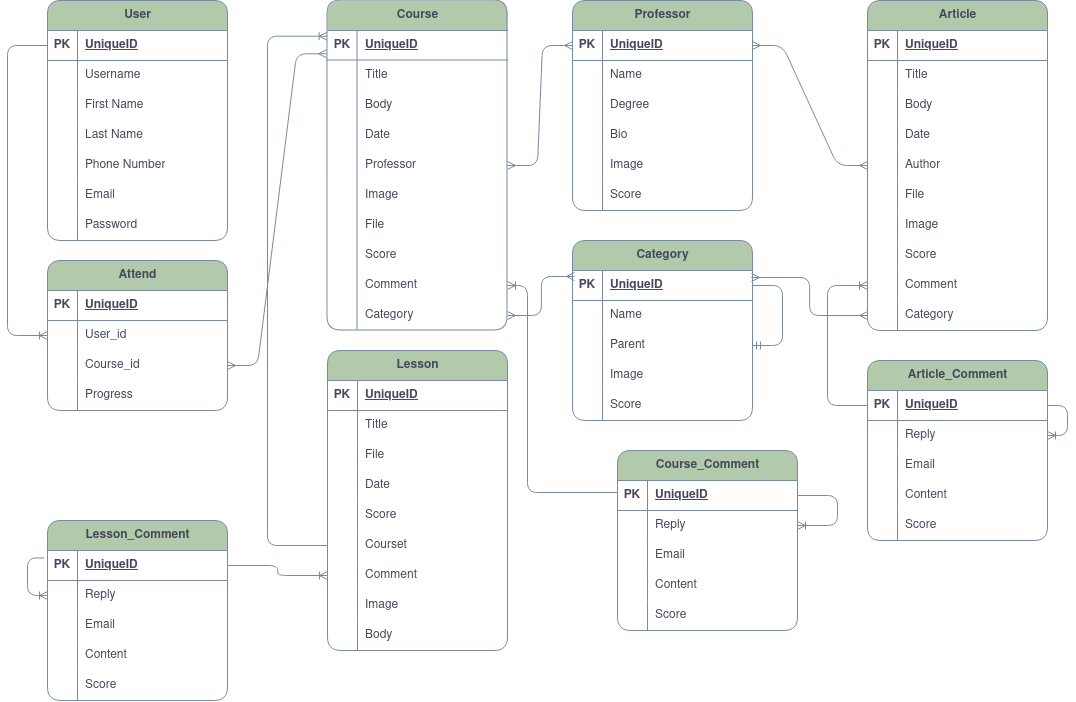
Earlier version of the draw.io export ER diagram/ER.png (Saeid-Shakeri/AiLearning). Source tidied: cells renumbered, new cells last; positions are measured from the earlier drawing's top-left corner, leaving out a move shared by most shapes.
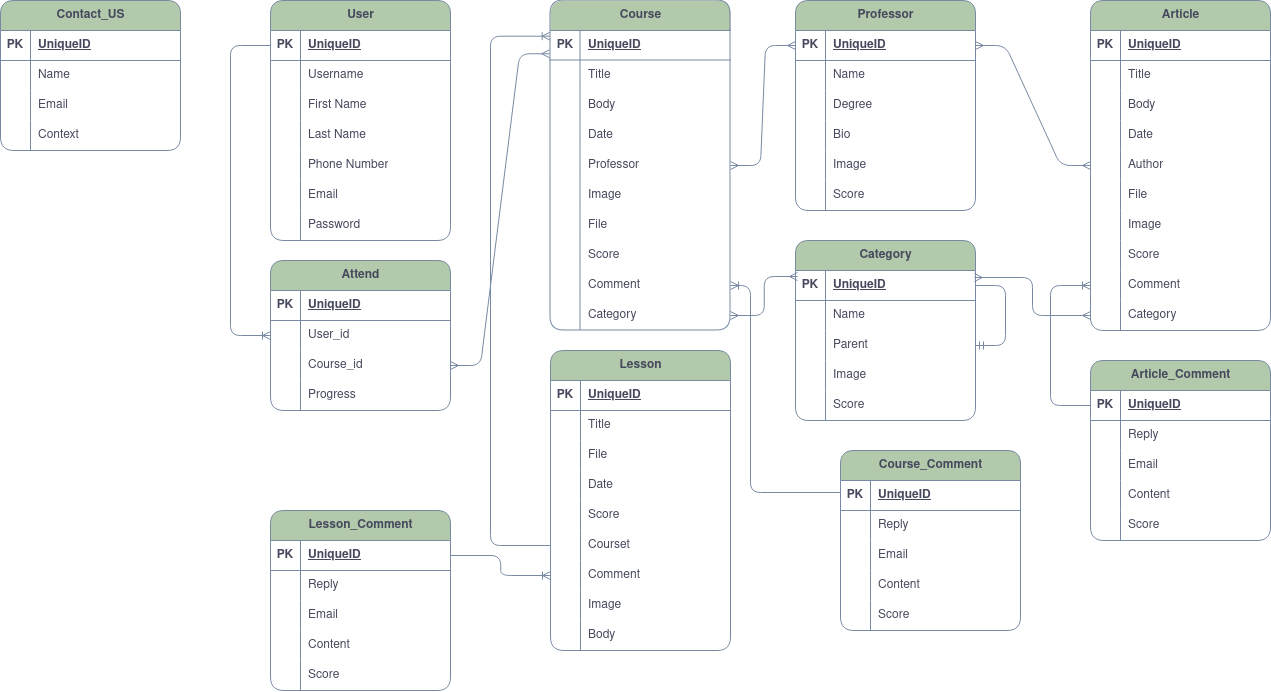
Above is the later version.

Commit message:
add ContactUs table

The edit, as a diff of the source:
```diff
@@ -526,10 +526,10 @@
     <mxCell id="170" value="Progress" style="shape=partialRectangle;fillColor=none;top=0;left=0;bottom=0;right=0;align=left;spacingLeft=6;overflow=hidden;whiteSpace=wrap;html=1;labelBackgroundColor=none;strokeColor=#788AA3;fontColor=#46495D;rounded=1;" parent="168" vertex="1">
       <mxGeometry x="30" width="150" height="30" as="geometry" />
     </mxCell>
-    <mxCell id="171" style="edgeStyle=entityRelationEdgeStyle;fontSize=12;html=1;endArrow=ERmany;startArrow=ERmany;rounded=1;strokeColor=#788AA3;fontColor=#46495D;fillColor=#B2C9AB;entryX=-0.005;entryY=0.776;entryDx=0;entryDy=0;entryPerimeter=0;" parent="1" edge="1" source="165" target="3">
+    <mxCell id="171" style="edgeStyle=entityRelationEdgeStyle;fontSize=12;html=1;endArrow=ERmany;startArrow=ERmany;rounded=1;strokeColor=#788AA3;fontColor=default;fillColor=#B2C9AB;entryX=-0.005;entryY=0.776;entryDx=0;entryDy=0;entryPerimeter=0;labelBackgroundColor=none;" parent="1" edge="1" source="165" target="3">
       <mxGeometry relative="1" as="geometry" />
     </mxCell>
-    <mxCell id="172" style="edgeStyle=elbowEdgeStyle;fontSize=12;html=1;endArrow=ERoneToMany;rounded=1;strokeColor=#788AA3;fontColor=#46495D;fillColor=#B2C9AB;entryX=0;entryY=0.5;entryDx=0;entryDy=0;exitX=0;exitY=0.5;exitDx=0;exitDy=0;" parent="1" edge="1" source="137" target="162">
+    <mxCell id="172" style="edgeStyle=elbowEdgeStyle;fontSize=12;html=1;endArrow=ERoneToMany;rounded=1;strokeColor=#788AA3;fontColor=default;fillColor=#B2C9AB;entryX=0;entryY=0.5;entryDx=0;entryDy=0;exitX=0;exitY=0.5;exitDx=0;exitDy=0;labelBackgroundColor=none;" parent="1" edge="1" source="137" target="162">
       <mxGeometry relative="1" as="geometry">
         <Array as="points">
           <mxPoint y="180" />
@@ -537,7 +537,7 @@
       </mxGeometry>
     </mxCell>
     <mxCell id="173" value="Lesson_Comment" style="shape=table;startSize=30;rowLines=0;fontStyle=1;align=center;html=1;labelBackgroundColor=none;fillColor=#B2C9AB;strokeColor=#788AA3;fontColor=#46495D;rounded=1;" parent="1" vertex="1">
-      <mxGeometry x="40" y="520" width="180" height="180" as="geometry" />
+      <mxGeometry x="40" y="510" width="180" height="180" as="geometry" />
     </mxCell>
     <mxCell id="174" style="shape=tableRow;horizontal=0;startSize=0;swimlaneHead=0;swimlaneBody=0;fillColor=none;points=[[0,0.5],[1,0.5]];portConstraint=eastwest;top=0;left=0;right=0;bottom=1;labelBackgroundColor=none;strokeColor=#788AA3;fontColor=#46495D;rounded=1;" parent="173" vertex="1">
       <mxGeometry y="30" width="180" height="30" as="geometry" />
@@ -584,13 +584,6 @@
     <mxCell id="188" value="Score" style="shape=partialRectangle;fillColor=none;top=0;left=0;bottom=0;right=0;align=left;spacingLeft=6;overflow=hidden;whiteSpace=wrap;html=1;labelBackgroundColor=none;strokeColor=#788AA3;fontColor=#46495D;rounded=1;" parent="186" vertex="1">
       <mxGeometry x="30" width="150" height="30" as="geometry" />
     </mxCell>
-    <mxCell id="189" style="edgeStyle=elbowEdgeStyle;fontSize=12;html=1;endArrow=ERoneToMany;rounded=1;strokeColor=#788AA3;fontColor=default;fillColor=#B2C9AB;labelBackgroundColor=none;exitX=-0.018;exitY=0.249;exitDx=0;exitDy=0;exitPerimeter=0;" parent="173" edge="1" source="174" target="177">
-      <mxGeometry relative="1" as="geometry">
-        <Array as="points">
-          <mxPoint x="-20" y="50" />
-        </Array>
-      </mxGeometry>
-    </mxCell>
     <mxCell id="190" value="Article_Comment" style="shape=table;startSize=30;rowLines=0;fontStyle=1;align=center;html=1;labelBackgroundColor=none;fillColor=#B2C9AB;strokeColor=#788AA3;fontColor=#46495D;rounded=1;" parent="1" vertex="1">
       <mxGeometry x="860" y="360" width="180" height="180" as="geometry" />
     </mxCell>
@@ -639,13 +632,6 @@
     <mxCell id="205" value="Score" style="shape=partialRectangle;fillColor=none;top=0;left=0;bottom=0;right=0;align=left;spacingLeft=6;overflow=hidden;whiteSpace=wrap;html=1;labelBackgroundColor=none;strokeColor=#788AA3;fontColor=#46495D;rounded=1;" parent="203" vertex="1">
       <mxGeometry x="30" width="150" height="30" as="geometry" />
     </mxCell>
-    <mxCell id="206" style="edgeStyle=elbowEdgeStyle;fontSize=12;html=1;endArrow=ERoneToMany;rounded=1;strokeColor=#788AA3;fontColor=default;fillColor=#B2C9AB;labelBackgroundColor=none;exitX=1;exitY=0.5;exitDx=0;exitDy=0;entryX=1;entryY=0.5;entryDx=0;entryDy=0;" parent="190" edge="1" source="191" target="194">
-      <mxGeometry relative="1" as="geometry">
-        <Array as="points">
-          <mxPoint x="200" y="60" />
-        </Array>
-      </mxGeometry>
-    </mxCell>
     <mxCell id="207" value="Course_Comment" style="shape=table;startSize=30;rowLines=0;fontStyle=1;align=center;html=1;labelBackgroundColor=none;fillColor=#B2C9AB;strokeColor=#788AA3;fontColor=#46495D;rounded=1;" parent="1" vertex="1">
       <mxGeometry x="610" y="450" width="180" height="180" as="geometry" />
     </mxCell>
@@ -694,12 +680,44 @@
     <mxCell id="222" value="Score" style="shape=partialRectangle;fillColor=none;top=0;left=0;bottom=0;right=0;align=left;spacingLeft=6;overflow=hidden;whiteSpace=wrap;html=1;labelBackgroundColor=none;strokeColor=#788AA3;fontColor=#46495D;rounded=1;" parent="220" vertex="1">
       <mxGeometry x="30" width="150" height="30" as="geometry" />
     </mxCell>
-    <mxCell id="223" style="edgeStyle=elbowEdgeStyle;fontSize=12;html=1;endArrow=ERoneToMany;rounded=1;strokeColor=#788AA3;fontColor=default;fillColor=#B2C9AB;labelBackgroundColor=none;exitX=1;exitY=0.5;exitDx=0;exitDy=0;" parent="207" edge="1" source="208" target="211">
-      <mxGeometry relative="1" as="geometry">
-        <Array as="points">
-          <mxPoint x="220" y="160" />
-        </Array>
-      </mxGeometry>
-    </mxCell>
+    <mxCell id="224" value="Contact_US" style="shape=table;startSize=30;rowLines=0;fontStyle=1;align=center;html=1;rounded=1;labelBackgroundColor=none;fillColor=#B2C9AB;strokeColor=#788AA3;fontColor=#46495D;" parent="1" vertex="1">
+      <mxGeometry x="-230" width="180" height="150" as="geometry" />
+    </mxCell>
+    <mxCell id="225" style="shape=tableRow;horizontal=0;startSize=0;swimlaneHead=0;swimlaneBody=0;fillColor=none;top=0;left=0;right=0;bottom=1;rounded=1;labelBackgroundColor=none;strokeColor=#788AA3;fontColor=#46495D;" parent="224" vertex="1">
+      <mxGeometry y="30" width="180" height="30" as="geometry" />
+    </mxCell>
+    <mxCell id="226" value="PK" style="shape=partialRectangle;fillColor=none;top=0;left=0;bottom=0;right=0;fontStyle=1;overflow=hidden;whiteSpace=wrap;html=1;rounded=1;labelBackgroundColor=none;strokeColor=#788AA3;fontColor=#46495D;" parent="225" vertex="1">
+      <mxGeometry width="30" height="30" as="geometry" />
+    </mxCell>
+    <mxCell id="227" value="UniqueID" style="shape=partialRectangle;fillColor=none;top=0;left=0;bottom=0;right=0;align=left;spacingLeft=6;fontStyle=5;overflow=hidden;whiteSpace=wrap;html=1;rounded=1;labelBackgroundColor=none;strokeColor=#788AA3;fontColor=#46495D;" parent="225" vertex="1">
+      <mxGeometry x="30" width="150" height="30" as="geometry" />
+    </mxCell>
+    <mxCell id="228" style="shape=tableRow;horizontal=0;startSize=0;swimlaneHead=0;swimlaneBody=0;fillColor=none;top=0;left=0;right=0;bottom=0;rounded=1;labelBackgroundColor=none;strokeColor=#788AA3;fontColor=#46495D;" parent="224" vertex="1">
+      <mxGeometry y="60" width="180" height="30" as="geometry" />
+    </mxCell>
+    <mxCell id="229" style="shape=partialRectangle;fillColor=none;top=0;left=0;bottom=0;right=0;overflow=hidden;whiteSpace=wrap;html=1;rounded=1;labelBackgroundColor=none;strokeColor=#788AA3;fontColor=#46495D;" parent="228" vertex="1">
+      <mxGeometry width="30" height="30" as="geometry" />
+    </mxCell>
+    <mxCell id="230" value="Name" style="shape=partialRectangle;fillColor=none;top=0;left=0;bottom=0;right=0;align=left;spacingLeft=6;overflow=hidden;whiteSpace=wrap;html=1;rounded=1;labelBackgroundColor=none;strokeColor=#788AA3;fontColor=#46495D;" parent="228" vertex="1">
+      <mxGeometry x="30" width="150" height="30" as="geometry" />
+    </mxCell>
+    <mxCell id="231" style="shape=tableRow;horizontal=0;startSize=0;swimlaneHead=0;swimlaneBody=0;fillColor=none;top=0;left=0;right=0;bottom=0;rounded=1;labelBackgroundColor=none;strokeColor=#788AA3;fontColor=#46495D;" parent="224" vertex="1">
+      <mxGeometry y="90" width="180" height="30" as="geometry" />
+    </mxCell>
+    <mxCell id="232" style="shape=partialRectangle;fillColor=none;top=0;left=0;bottom=0;right=0;overflow=hidden;whiteSpace=wrap;html=1;rounded=1;labelBackgroundColor=none;strokeColor=#788AA3;fontColor=#46495D;" parent="231" vertex="1">
+      <mxGeometry width="30" height="30" as="geometry" />
+    </mxCell>
+    <mxCell id="233" value="Email" style="shape=partialRectangle;fillColor=none;top=0;left=0;bottom=0;right=0;align=left;spacingLeft=6;overflow=hidden;whiteSpace=wrap;html=1;rounded=1;labelBackgroundColor=none;strokeColor=#788AA3;fontColor=#46495D;" parent="231" vertex="1">
+      <mxGeometry x="30" width="150" height="30" as="geometry" />
+    </mxCell>
+    <mxCell id="234" style="shape=tableRow;horizontal=0;startSize=0;swimlaneHead=0;swimlaneBody=0;fillColor=none;top=0;left=0;right=0;bottom=0;rounded=1;labelBackgroundColor=none;strokeColor=#788AA3;fontColor=#46495D;" parent="224" vertex="1">
+      <mxGeometry y="120" width="180" height="30" as="geometry" />
+    </mxCell>
+    <mxCell id="235" style="shape=partialRectangle;fillColor=none;top=0;left=0;bottom=0;right=0;overflow=hidden;whiteSpace=wrap;html=1;rounded=1;labelBackgroundColor=none;strokeColor=#788AA3;fontColor=#46495D;" parent="234" vertex="1">
+      <mxGeometry width="30" height="30" as="geometry" />
+    </mxCell>
+    <mxCell id="236" value="Context" style="shape=partialRectangle;fillColor=none;top=0;left=0;bottom=0;right=0;align=left;spacingLeft=6;overflow=hidden;whiteSpace=wrap;html=1;rounded=1;labelBackgroundColor=none;strokeColor=#788AA3;fontColor=#46495D;" parent="234" vertex="1">
+      <mxGeometry x="30" width="150" height="30" as="geometry" />
+    </mxCell>
   </root>
 </mxGraphModel>
```
